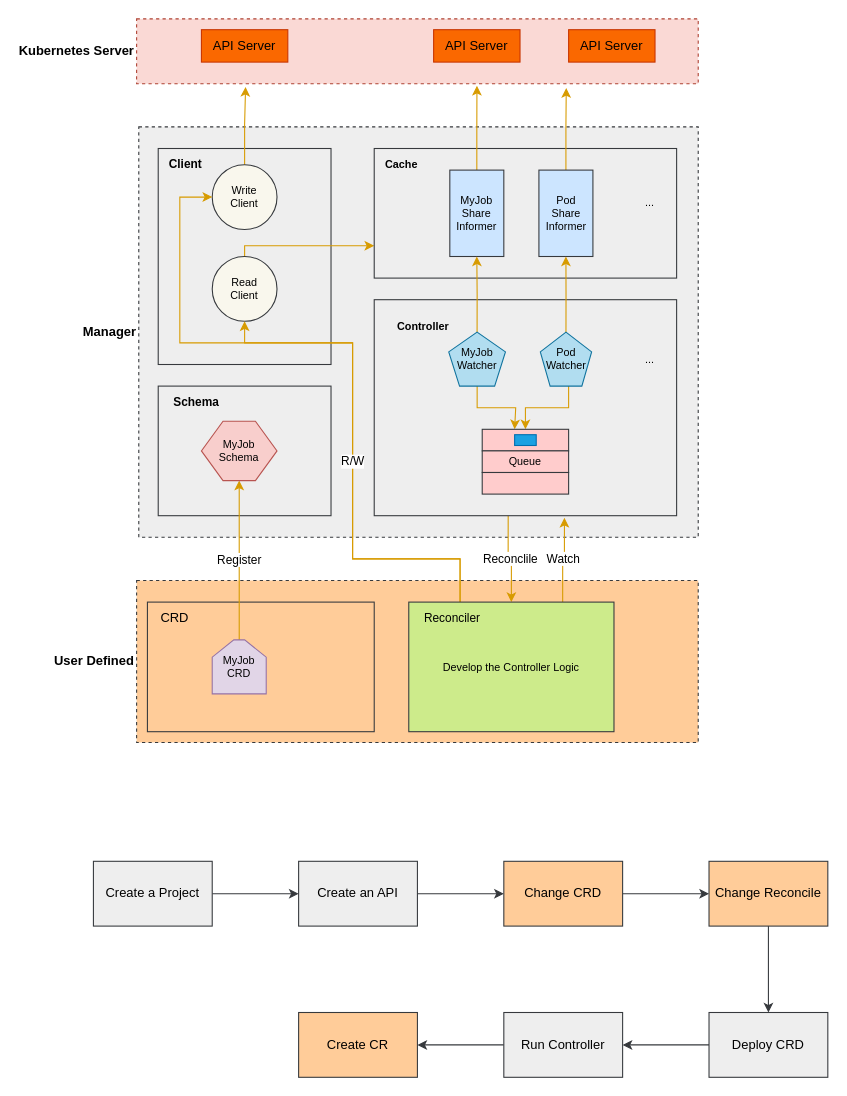
This is page "第 8 页" (8 of 8) of st/k8s.drawio from gaivin/drawio, a draw.io file, before an edit. Source tidied: cells renumbered, new cells numbered last; positions are measured from the earlier drawing's top-left corner, leaving out a move shared by most shapes. Both pictures are drawn from the tidied source at 108%, with x=0, y=0 at pixel (93, 18).
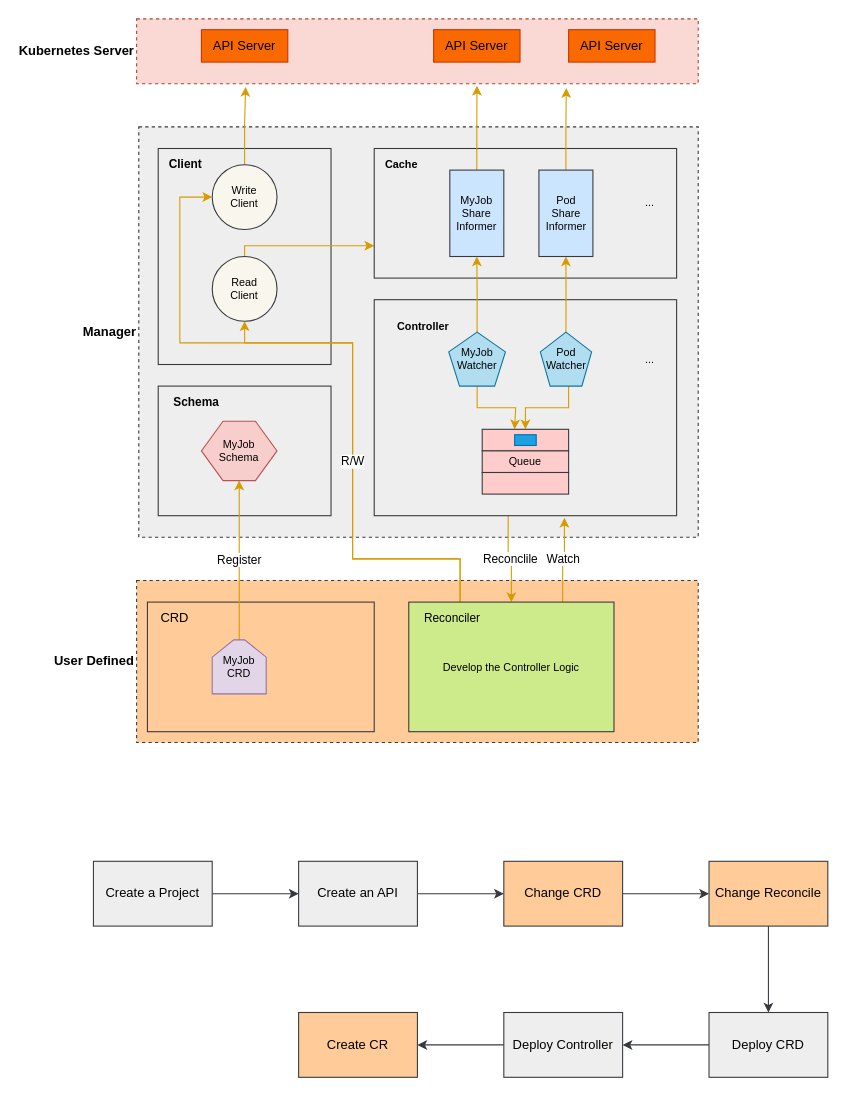
The same diagram, later.

The edit, as a diff of the source:
```diff
@@
-    <mxCell id="59" value="Run Controller" style="rounded=0;whiteSpace=wrap;html=1;fillColor=#eeeeee;strokeColor=#36393d;" parent="1" vertex="1">
+    <mxCell id="59" value="Deploy Controller" style="rounded=0;whiteSpace=wrap;html=1;fillColor=#eeeeee;strokeColor=#36393d;" parent="1" vertex="1">
       <mxGeometry x="380" y="920" width="110" height="60" as="geometry" />
     </mxCell>
```
